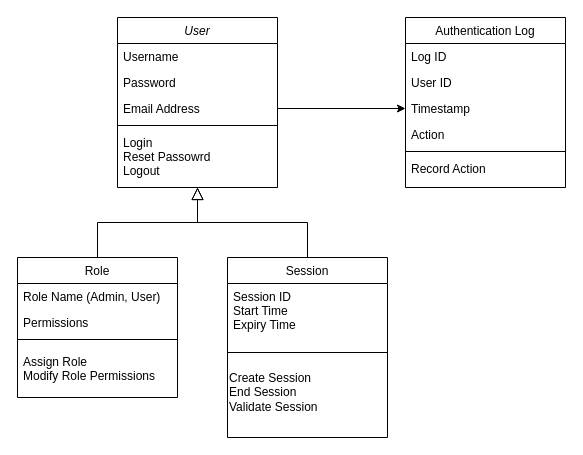
Earlier version of the draw.io diagram SystemSequenceDiagram1.drawio (dsharm9148/CS-2340). Source tidied: cells renumbered, new cells numbered last; positions are measured from the earlier drawing's top-left corner, leaving out a move shared by most shapes. Both pictures are drawn from the tidied source at 100%, with x=0, y=0 at pixel (17, 17).
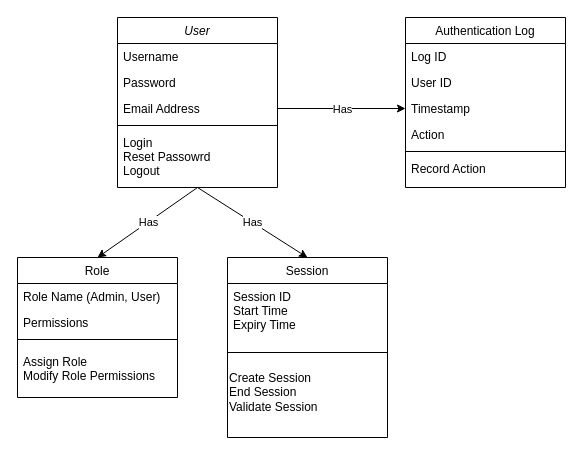
The same page after the edit.

Unchanged cells that the change refers to:
```xml
<mxCell id="2" value="User" style="swimlane;fontStyle=2;align=center;verticalAlign=top;horizontal=1;startSize=26;rounded=0;shadow=0;strokeWidth=1;" parent="1" vertex="1">
  <mxGeometry x="100" width="160" height="170" as="geometry" />
</mxCell>
<mxCell id="7" value="Login&#10;Reset Passowrd&#10;Logout" style="text;align=left;verticalAlign=top;spacingLeft=4;spacingRight=4;overflow=hidden;points=[[0,0.5],[1,0.5]];portConstraint=eastwest;" parent="2" vertex="1">
  <mxGeometry y="112" width="160" height="58" as="geometry" />
</mxCell>
<mxCell id="8" value="Role" style="swimlane;fontStyle=0;align=center;verticalAlign=top;horizontal=1;startSize=26;rounded=0;shadow=0;strokeWidth=1;" parent="1" vertex="1">
  <mxGeometry y="240" width="160" height="140" as="geometry" />
</mxCell>
<mxCell id="14" value="Session" style="swimlane;fontStyle=0;align=center;verticalAlign=top;horizontal=1;startSize=26;rounded=0;shadow=0;strokeWidth=1;" parent="1" vertex="1">
  <mxGeometry x="210" y="240" width="160" height="180" as="geometry" />
</mxCell>
<mxCell id="26" style="endArrow=classic;html=1;rounded=0;exitX=1;exitY=0.5;exitDx=0;exitDy=0;entryX=0;entryY=0.5;entryDx=0;entryDy=0;" parent="1" edge="1" source="5" target="22">
  <mxGeometry relative="1" as="geometry" />
</mxCell>
```

Diff of the diagram source:
```diff
@@
-    <mxCell id="13" style="endArrow=block;endSize=10;endFill=0;shadow=0;strokeWidth=1;rounded=0;curved=0;edgeStyle=elbowEdgeStyle;elbow=vertical;" parent="1" edge="1" source="8" target="2">
-      <mxGeometry relative="1" as="geometry" />
-    </mxCell>
@@
-    <mxCell id="18" style="endArrow=block;endSize=10;endFill=0;shadow=0;strokeWidth=1;rounded=0;curved=0;edgeStyle=elbowEdgeStyle;elbow=vertical;" parent="1" edge="1" source="14" target="2">
-      <mxGeometry relative="1" as="geometry" />
-    </mxCell>
@@
+    <mxCell id="27" style="endArrow=classic;html=1;rounded=0;exitX=0.5;exitY=1;exitDx=0;exitDy=0;exitPerimeter=0;entryX=0.5;entryY=0;entryDx=0;entryDy=0;" parent="1" edge="1" source="7" target="14">
+      <mxGeometry relative="1" as="geometry" />
+    </mxCell>
+    <mxCell id="28" value="Has" style="edgeLabel;html=1;align=center;verticalAlign=middle;" parent="27" vertex="1">
+      <mxGeometry relative="1" as="geometry" />
+    </mxCell>
@@
+    <mxCell id="29" value="Has" style="edgeLabel;html=1;align=center;verticalAlign=middle;" parent="26" vertex="1">
+      <mxGeometry relative="1" as="geometry" />
+    </mxCell>
+    <mxCell id="30" style="endArrow=classic;html=1;rounded=0;entryX=0.5;entryY=0;entryDx=0;entryDy=0;" parent="1" edge="1" target="8">
+      <mxGeometry relative="1" as="geometry">
+        <mxPoint x="180" y="170" as="sourcePoint" />
+      </mxGeometry>
+    </mxCell>
+    <mxCell id="31" value="Has" style="edgeLabel;html=1;align=center;verticalAlign=middle;" parent="30" vertex="1">
+      <mxGeometry relative="1" as="geometry" />
+    </mxCell>
```
